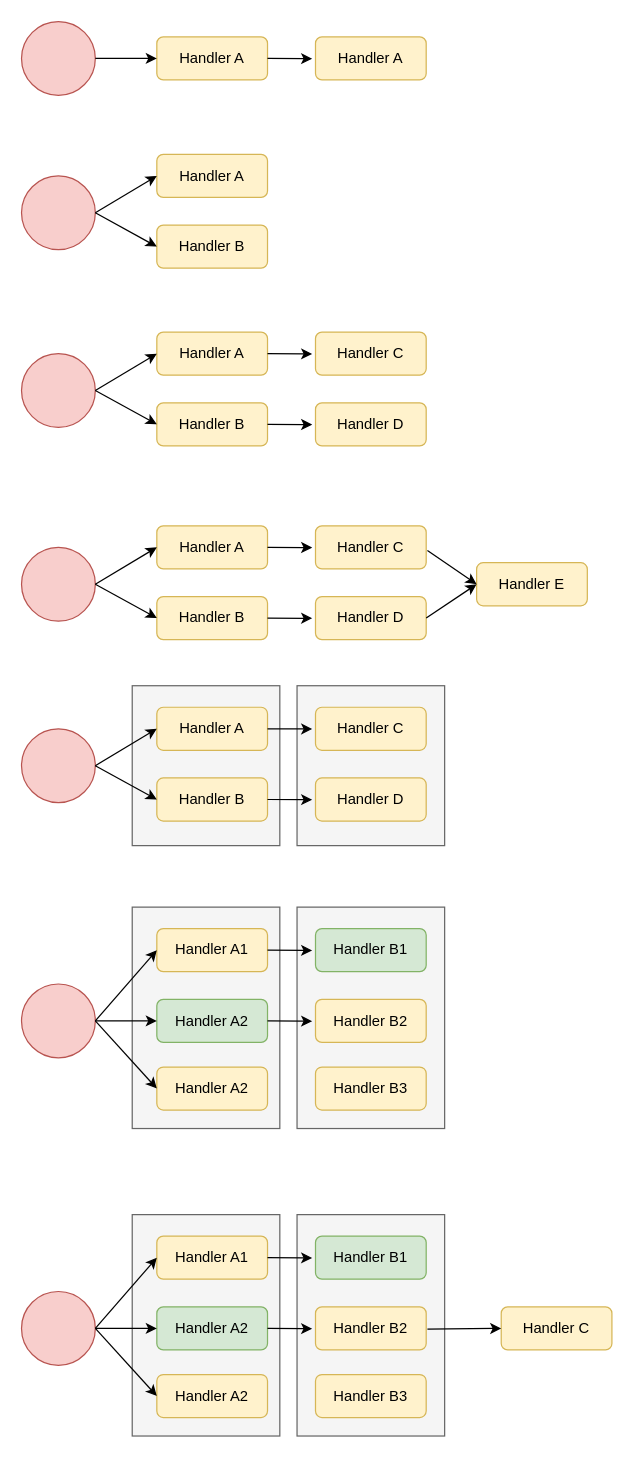
Before: disruptor.drawio in xiaoguyu/drawio, a draw.io diagram. Source tidied: cells renumbered, new cells numbered last; positions are measured from the earlier drawing's top-left corner, leaving out a move shared by most shapes. Both pictures are drawn from the tidied source at 123%, with x=0, y=0 at pixel (21, 21).
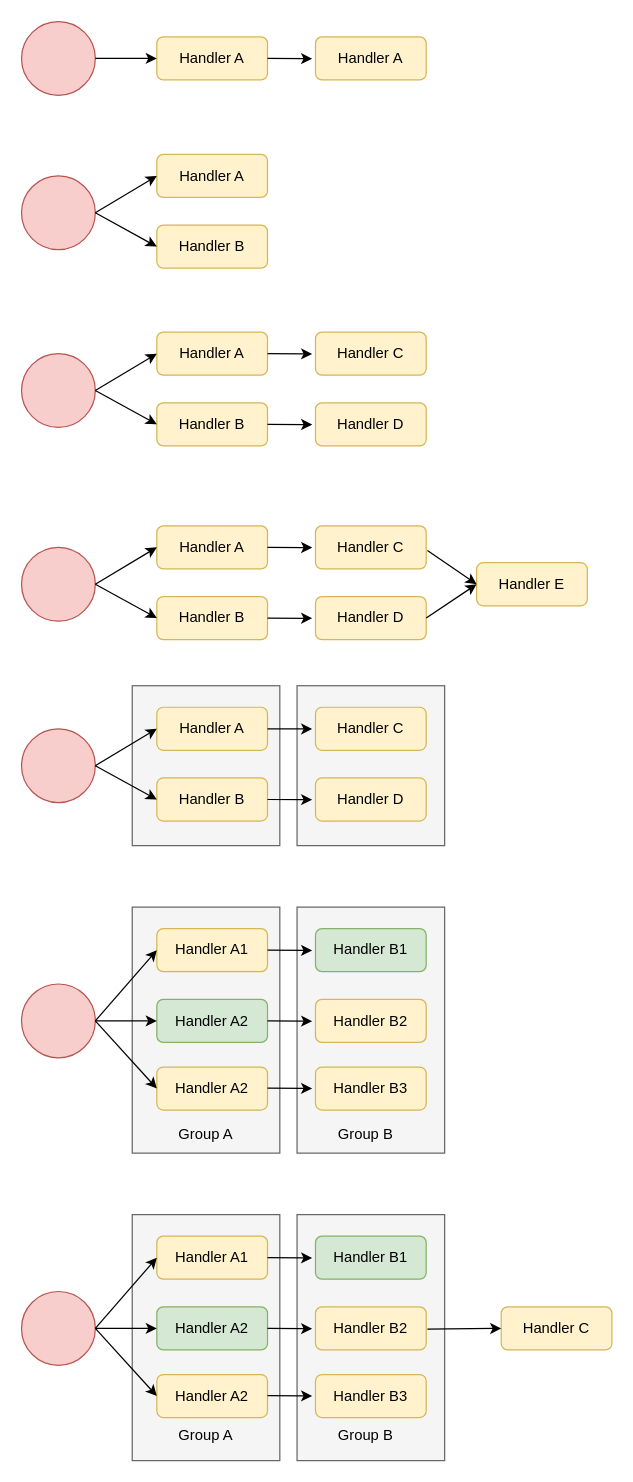
Above is the later version.

What changed in the source:
```diff
@@
     <mxCell id="44" style="rounded=0;whiteSpace=wrap;html=1;fillColor=#f5f5f5;fontColor=#333333;strokeColor=#666666;" parent="1" vertex="1">
-      <mxGeometry x="224" y="720" width="120" height="180" as="geometry" />
+      <mxGeometry x="224" y="720" width="120" height="200" as="geometry" />
     </mxCell>
     <mxCell id="45" style="rounded=0;whiteSpace=wrap;html=1;fillColor=#f5f5f5;fontColor=#333333;strokeColor=#666666;" parent="1" vertex="1">
-      <mxGeometry x="90" y="720" width="120" height="180" as="geometry" />
+      <mxGeometry x="90" y="720" width="120" height="200" as="geometry" />
     </mxCell>
@@
     <mxCell id="57" style="rounded=0;whiteSpace=wrap;html=1;fillColor=#f5f5f5;fontColor=#333333;strokeColor=#666666;" parent="1" vertex="1">
-      <mxGeometry x="224" y="970" width="120" height="180" as="geometry" />
+      <mxGeometry x="224" y="970" width="120" height="200" as="geometry" />
     </mxCell>
     <mxCell id="58" style="rounded=0;whiteSpace=wrap;html=1;fillColor=#f5f5f5;fontColor=#333333;strokeColor=#666666;" parent="1" vertex="1">
-      <mxGeometry x="90" y="970" width="120" height="180" as="geometry" />
+      <mxGeometry x="90" y="970" width="120" height="200" as="geometry" />
     </mxCell>
@@
+    <mxCell id="74" value="Group A" style="text;html=1;strokeColor=none;fillColor=none;align=center;verticalAlign=middle;whiteSpace=wrap;rounded=0;" parent="1" vertex="1">
+      <mxGeometry x="120" y="890" width="60" height="30" as="geometry" />
+    </mxCell>
+    <mxCell id="75" value="Group B" style="text;html=1;strokeColor=none;fillColor=none;align=center;verticalAlign=middle;whiteSpace=wrap;rounded=0;" parent="1" vertex="1">
+      <mxGeometry x="250" y="890" width="60" height="30" as="geometry" />
+    </mxCell>
+    <mxCell id="76" value="Group A" style="text;html=1;strokeColor=none;fillColor=none;align=center;verticalAlign=middle;whiteSpace=wrap;rounded=0;" parent="1" vertex="1">
+      <mxGeometry x="120" y="1135" width="60" height="30" as="geometry" />
+    </mxCell>
+    <mxCell id="77" value="Group B" style="text;html=1;strokeColor=none;fillColor=none;align=center;verticalAlign=middle;whiteSpace=wrap;rounded=0;" parent="1" vertex="1">
+      <mxGeometry x="250" y="1135" width="60" height="30" as="geometry" />
+    </mxCell>
+    <mxCell id="78" style="endArrow=classic;html=1;rounded=0;exitX=1;exitY=0.5;exitDx=0;exitDy=0;entryX=-0.03;entryY=0.506;entryDx=0;entryDy=0;entryPerimeter=0;" parent="1" edge="1">
+      <mxGeometry relative="1" as="geometry">
+        <mxPoint x="200" y="867.2" as="sourcePoint" />
+        <mxPoint x="236.3" y="867.4" as="targetPoint" />
+      </mxGeometry>
+    </mxCell>
+    <mxCell id="79" style="endArrow=classic;html=1;rounded=0;exitX=1;exitY=0.5;exitDx=0;exitDy=0;entryX=-0.03;entryY=0.506;entryDx=0;entryDy=0;entryPerimeter=0;" parent="1" edge="1">
+      <mxGeometry relative="1" as="geometry">
+        <mxPoint x="200" y="1117.2" as="sourcePoint" />
+        <mxPoint x="236.3" y="1117.4" as="targetPoint" />
+      </mxGeometry>
+    </mxCell>
```
